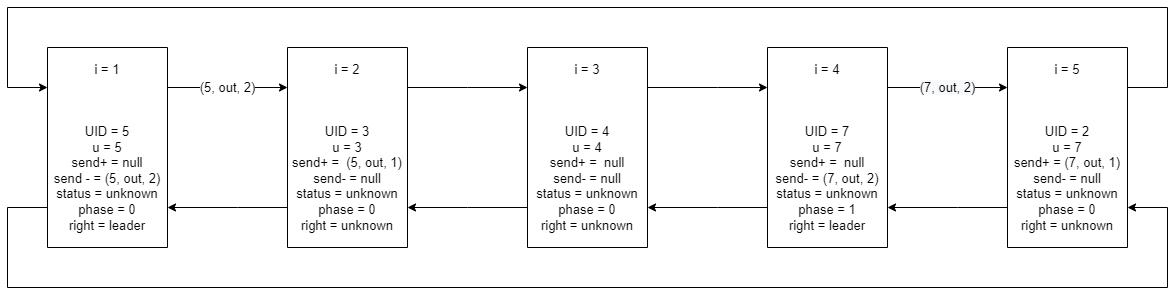
Before: tods/04-tods.drawio.png, a diagram exported from draw.io (h1tlan/tods_first_exercise). Source tidied: cells renumbered, new cells last; positions are measured from the earlier drawing's top-left corner, leaving out a move shared by most shapes.
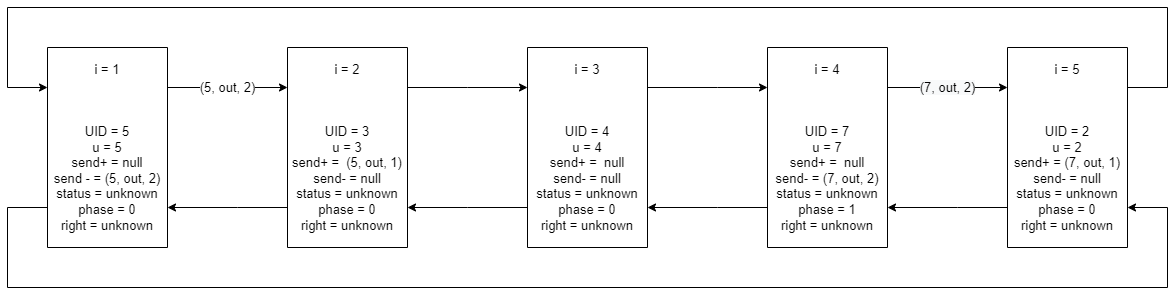
Later version of the same file.

Diff of the diagram source:
```diff
@@ -20,7 +20,7 @@
         </Array>
       </mxGeometry>
     </mxCell>
-    <mxCell id="4" value="i = 1&lt;br&gt;&lt;br&gt;&lt;br&gt;&lt;br&gt;UID = 5&lt;br&gt;u = 5&lt;br&gt;send+ = null&lt;br&gt;send - = (5, out, 2)&lt;br&gt;status = unknown&lt;br&gt;phase = 0&lt;br&gt;right = leader" style="rounded=0;whiteSpace=wrap;html=1;fontSize=13;direction=south;" parent="1" vertex="1">
+    <mxCell id="4" value="i = 1&lt;br&gt;&lt;br&gt;&lt;br&gt;&lt;br&gt;UID = 5&lt;br&gt;u = 5&lt;br&gt;send+ = null&lt;br&gt;send - = (5, out, 2)&lt;br&gt;status = unknown&lt;br&gt;phase = 0&lt;br&gt;right = unknown" style="rounded=0;whiteSpace=wrap;html=1;fontSize=13;direction=south;" parent="1" vertex="1">
       <mxGeometry x="40" y="40" width="120" height="200" as="geometry" />
     </mxCell>
     <mxCell id="5" style="edgeStyle=orthogonalEdgeStyle;rounded=0;jettySize=auto;html=1;labelBorderColor=none;fontSize=13;" parent="1" edge="1" source="7" target="4">
@@ -77,7 +77,7 @@
         </Array>
       </mxGeometry>
     </mxCell>
-    <mxCell id="13" value="i = 4&lt;br&gt;&lt;br&gt;&lt;br&gt;&lt;br&gt;UID = 7&lt;br&gt;u = 7&lt;br&gt;send+ =&amp;nbsp; null&lt;br&gt;send- = (7, out, 2)&lt;br&gt;status = unknown&lt;br&gt;phase = 1&lt;br&gt;right = leader" style="rounded=0;whiteSpace=wrap;html=1;fontSize=13;direction=south;" parent="1" vertex="1">
+    <mxCell id="13" value="i = 4&lt;br&gt;&lt;br&gt;&lt;br&gt;&lt;br&gt;UID = 7&lt;br&gt;u = 7&lt;br&gt;send+ =&amp;nbsp; null&lt;br&gt;send- = (7, out, 2)&lt;br&gt;status = unknown&lt;br&gt;phase = 1&lt;br&gt;right = unknown" style="rounded=0;whiteSpace=wrap;html=1;fontSize=13;direction=south;" parent="1" vertex="1">
       <mxGeometry x="760" y="40" width="120" height="200" as="geometry" />
     </mxCell>
     <mxCell id="14" style="edgeStyle=orthogonalEdgeStyle;rounded=0;jettySize=auto;html=1;labelBorderColor=none;fontSize=13;" parent="1" edge="1" source="16" target="13">
@@ -98,7 +98,7 @@
         </Array>
       </mxGeometry>
     </mxCell>
-    <mxCell id="16" value="i = 5&lt;br&gt;&lt;br&gt;&lt;br&gt;&lt;br&gt;UID = 2&lt;br&gt;u = 7&lt;br&gt;send+ =&amp;nbsp;&lt;span style=&quot;background-color: rgb(255 , 255 , 255)&quot;&gt;(7, out, 1)&lt;/span&gt;&lt;br&gt;send- = null&lt;br&gt;status = unknown&lt;br&gt;phase = 0&lt;br&gt;right = unknown" style="rounded=0;whiteSpace=wrap;html=1;fontSize=13;direction=south;" parent="1" vertex="1">
+    <mxCell id="16" value="i = 5&lt;br&gt;&lt;br&gt;&lt;br&gt;&lt;br&gt;UID = 2&lt;br&gt;u = 2&lt;br&gt;send+ =&amp;nbsp;&lt;span style=&quot;background-color: rgb(255 , 255 , 255)&quot;&gt;(7, out, 1)&lt;/span&gt;&lt;br&gt;send- = null&lt;br&gt;status = unknown&lt;br&gt;phase = 0&lt;br&gt;right = unknown" style="rounded=0;whiteSpace=wrap;html=1;fontSize=13;direction=south;" parent="1" vertex="1">
       <mxGeometry x="1000" y="40" width="120" height="200" as="geometry" />
     </mxCell>
   </root>
```
